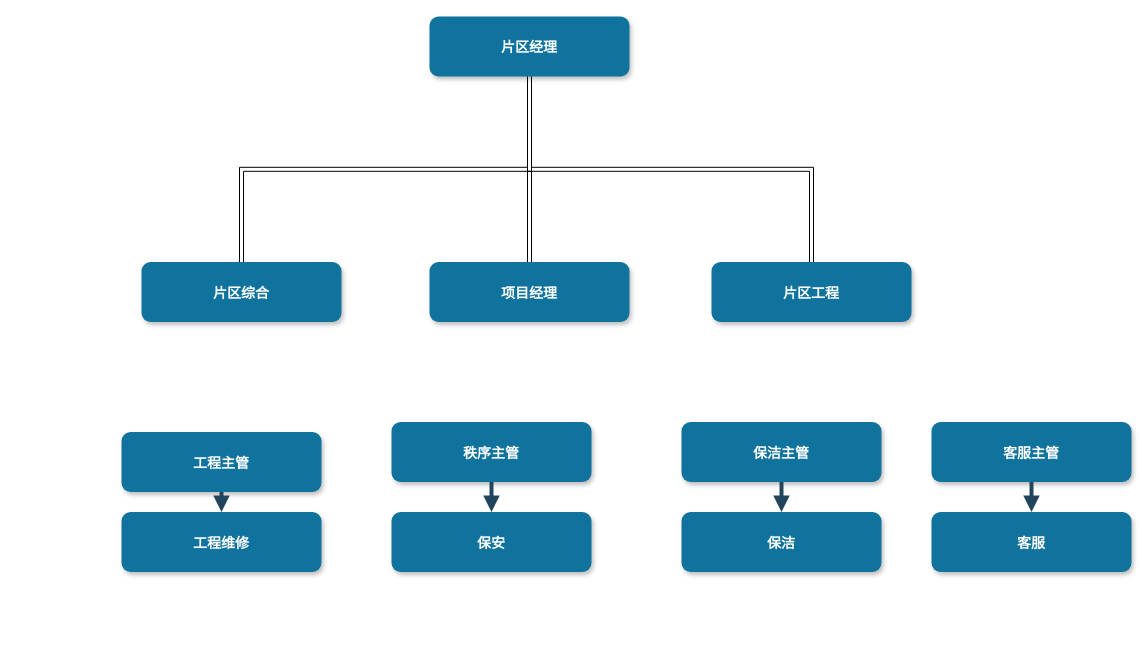
Before: Untitled Diagram.drawio in rockysroll/testgit, a draw.io diagram. Source tidied: cells renumbered, new cells numbered last; positions are measured from the earlier drawing's top-left corner, leaving out a move shared by most shapes. Both pictures are drawn from the tidied source at 100%, with x=0, y=0 at pixel (121, 16).
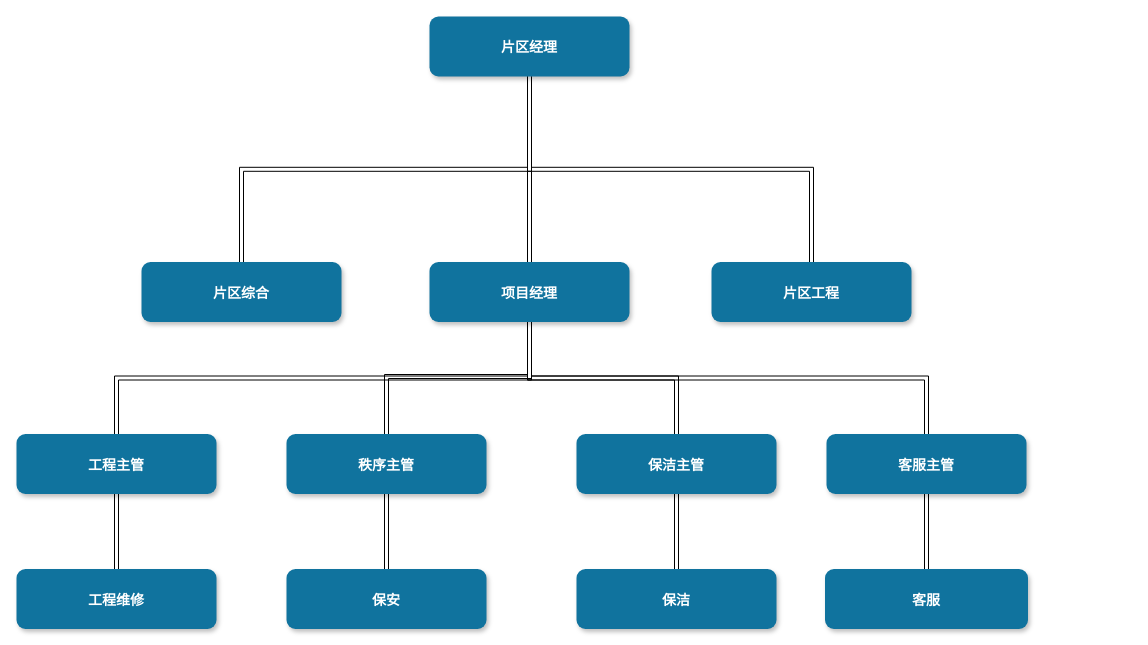
The same page after the edit.

The change refers to these unchanged cells:
```xml
<mxCell id="7" value="项目经理" style="rounded=1;fillColor=#10739E;strokeColor=none;shadow=1;gradientColor=none;fontStyle=1;fontColor=#FFFFFF;fontSize=14;" parent="1" vertex="1">
  <mxGeometry x="308" y="245.5" width="200" height="60" as="geometry" />
</mxCell>
```

Diff of the diagram source:
```diff
@@
+    <mxCell id="21" style="edgeStyle=orthogonalEdgeStyle;shape=link;rounded=0;jettySize=auto;html=1;exitX=0.5;exitY=1;exitDx=0;exitDy=0;entryX=0.5;entryY=0;entryDx=0;entryDy=0;" parent="1" edge="1" source="7" target="9">
+      <mxGeometry relative="1" as="geometry" />
+    </mxCell>
+    <mxCell id="22" style="edgeStyle=orthogonalEdgeStyle;shape=link;rounded=0;jettySize=auto;html=1;entryX=0.5;entryY=0;entryDx=0;entryDy=0;" parent="1" edge="1" source="7" target="11">
+      <mxGeometry relative="1" as="geometry">
+        <Array as="points">
+          <mxPoint x="408" y="360" />
+          <mxPoint x="265" y="360" />
+        </Array>
+      </mxGeometry>
+    </mxCell>
+    <mxCell id="23" style="edgeStyle=orthogonalEdgeStyle;shape=link;rounded=0;jettySize=auto;html=1;entryX=0.5;entryY=0;entryDx=0;entryDy=0;" parent="1" edge="1" source="7" target="13">
+      <mxGeometry relative="1" as="geometry" />
+    </mxCell>
+    <mxCell id="24" style="edgeStyle=orthogonalEdgeStyle;shape=link;rounded=0;jettySize=auto;html=1;entryX=0.5;entryY=0;entryDx=0;entryDy=0;exitX=0.5;exitY=1;exitDx=0;exitDy=0;" parent="1" edge="1" source="7" target="15">
+      <mxGeometry relative="1" as="geometry" />
+    </mxCell>
@@
+    <mxCell id="17" style="edgeStyle=orthogonalEdgeStyle;shape=link;rounded=0;jettySize=auto;html=1;exitX=0.5;exitY=1;exitDx=0;exitDy=0;entryX=0.5;entryY=0;entryDx=0;entryDy=0;" parent="1" edge="1" source="9" target="10">
+      <mxGeometry relative="1" as="geometry" />
+    </mxCell>
     <mxCell id="9" value="工程主管" style="rounded=1;fillColor=#10739E;strokeColor=none;shadow=1;gradientColor=none;fontStyle=1;fontColor=#FFFFFF;fontSize=14;" parent="1" vertex="1">
-      <mxGeometry y="415.5" width="200" height="60" as="geometry" />
+      <mxGeometry x="-105" y="417.5" width="200" height="60" as="geometry" />
     </mxCell>
     <mxCell id="10" value="工程维修" style="rounded=1;fillColor=#10739E;strokeColor=none;shadow=1;gradientColor=none;fontStyle=1;fontColor=#FFFFFF;fontSize=14;" parent="1" vertex="1">
-      <mxGeometry y="495.5" width="200" height="60" as="geometry" />
+      <mxGeometry x="-105" y="552.5" width="200" height="60" as="geometry" />
     </mxCell>
+    <mxCell id="18" style="edgeStyle=orthogonalEdgeStyle;shape=link;rounded=0;jettySize=auto;html=1;" parent="1" edge="1" source="11" target="12">
+      <mxGeometry relative="1" as="geometry" />
+    </mxCell>
     <mxCell id="11" value="秩序主管" style="rounded=1;fillColor=#10739E;strokeColor=none;shadow=1;gradientColor=none;fontStyle=1;fontColor=#FFFFFF;fontSize=14;" parent="1" vertex="1">
-      <mxGeometry x="270" y="405.5" width="200" height="60" as="geometry" />
+      <mxGeometry x="165" y="417.5" width="200" height="60" as="geometry" />
     </mxCell>
     <mxCell id="12" value="保安" style="rounded=1;fillColor=#10739E;strokeColor=none;shadow=1;gradientColor=none;fontStyle=1;fontColor=#FFFFFF;fontSize=14;" parent="1" vertex="1">
-      <mxGeometry x="270" y="495.5" width="200" height="60" as="geometry" />
+      <mxGeometry x="165" y="552.5" width="200" height="60" as="geometry" />
     </mxCell>
+    <mxCell id="19" style="edgeStyle=orthogonalEdgeStyle;shape=link;rounded=0;jettySize=auto;html=1;" parent="1" edge="1" source="13" target="14">
+      <mxGeometry relative="1" as="geometry" />
+    </mxCell>
     <mxCell id="13" value="保洁主管" style="rounded=1;fillColor=#10739E;strokeColor=none;shadow=1;gradientColor=none;fontStyle=1;fontColor=#FFFFFF;fontSize=14;" parent="1" vertex="1">
-      <mxGeometry x="560" y="405.5" width="200" height="60" as="geometry" />
+      <mxGeometry x="455" y="417.5" width="200" height="60" as="geometry" />
     </mxCell>
     <mxCell id="14" value="保洁" style="rounded=1;fillColor=#10739E;strokeColor=none;shadow=1;gradientColor=none;fontStyle=1;fontColor=#FFFFFF;fontSize=14;" parent="1" vertex="1">
-      <mxGeometry x="560" y="495.5" width="200" height="60" as="geometry" />
+      <mxGeometry x="455" y="552.5" width="200" height="60" as="geometry" />
     </mxCell>
+    <mxCell id="20" style="edgeStyle=orthogonalEdgeStyle;shape=link;rounded=0;jettySize=auto;html=1;" parent="1" edge="1" source="15" target="16">
+      <mxGeometry relative="1" as="geometry" />
+    </mxCell>
     <mxCell id="15" value="客服主管" style="rounded=1;fillColor=#10739E;strokeColor=none;shadow=1;gradientColor=none;fontStyle=1;fontColor=#FFFFFF;fontSize=14;" parent="1" vertex="1">
-      <mxGeometry x="810" y="405.5" width="200" height="60" as="geometry" />
+      <mxGeometry x="705" y="417.5" width="200" height="60" as="geometry" />
     </mxCell>
     <mxCell id="16" value="客服" style="rounded=1;fillColor=#10739E;strokeColor=none;shadow=1;gradientColor=none;fontStyle=1;fontColor=#FFFFFF;fontSize=14;" parent="1" vertex="1">
-      <mxGeometry x="810" y="495.5" width="200" height="60" as="geometry" />
+      <mxGeometry x="703.5" y="552.5" width="203" height="60" as="geometry" />
     </mxCell>
-    <mxCell id="17" style="edgeStyle=elbowEdgeStyle;elbow=vertical;strokeWidth=4;endArrow=block;endFill=1;fontStyle=1;strokeColor=#23445D;" parent="1" edge="1" source="9" target="10">
-      <mxGeometry x="62" y="165.5" as="geometry" />
-    </mxCell>
-    <mxCell id="18" style="edgeStyle=elbowEdgeStyle;elbow=vertical;strokeWidth=4;endArrow=block;endFill=1;fontStyle=1;strokeColor=#23445D;" parent="1" edge="1" source="11" target="12">
-      <mxGeometry x="62" y="165.5" as="geometry" />
-    </mxCell>
-    <mxCell id="19" style="edgeStyle=elbowEdgeStyle;elbow=vertical;strokeWidth=4;endArrow=block;endFill=1;fontStyle=1;strokeColor=#23445D;" parent="1" edge="1" source="13" target="14">
-      <mxGeometry x="72" y="165.5" as="geometry" />
-    </mxCell>
-    <mxCell id="20" style="edgeStyle=elbowEdgeStyle;elbow=vertical;strokeWidth=4;endArrow=block;endFill=1;fontStyle=1;strokeColor=#23445D;" parent="1" edge="1" source="15" target="16">
-      <mxGeometry x="72" y="165.5" as="geometry" />
-    </mxCell>
```
